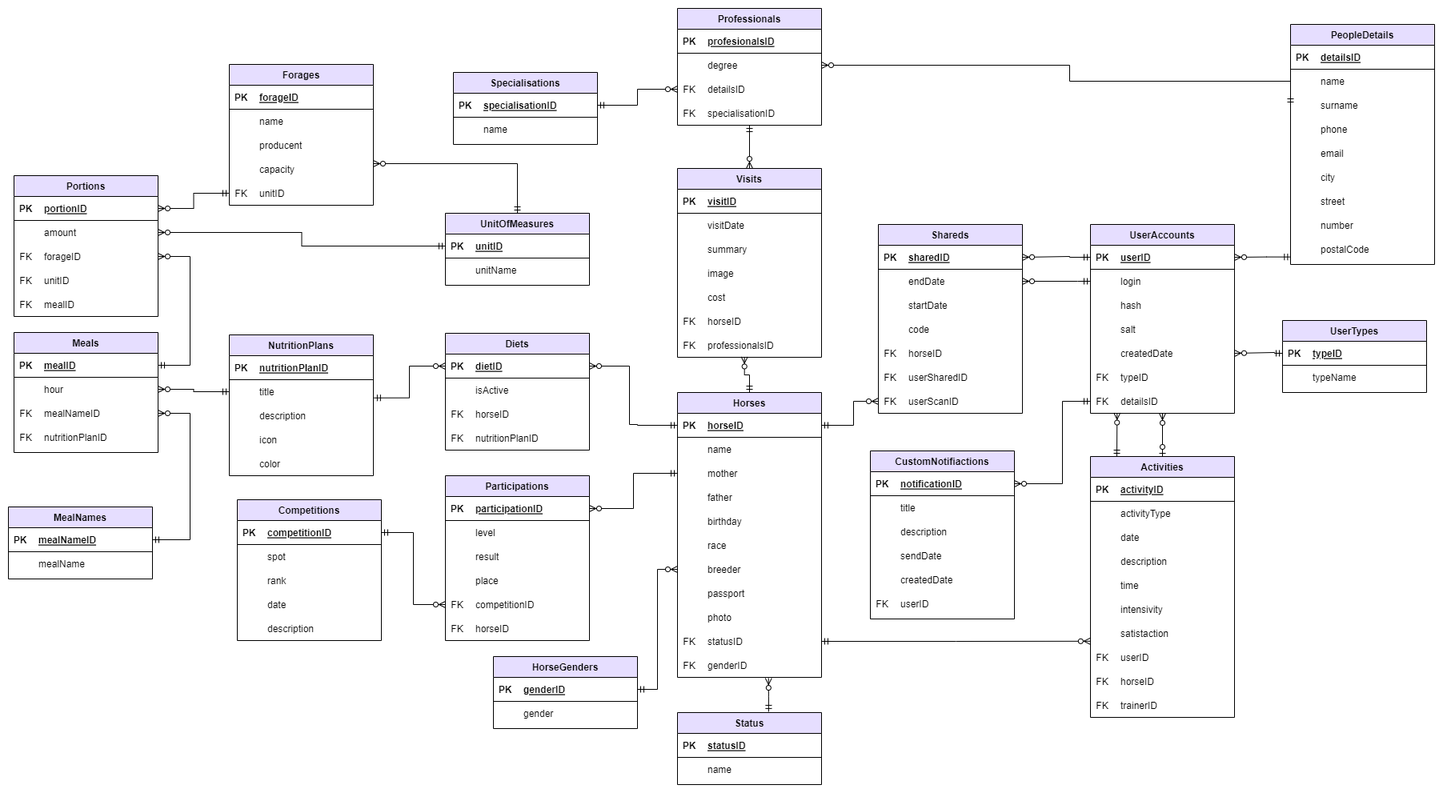
Above: Diagrams/Diagram logiczny.png in NSzymczak/HorseTracking (draw.io), before the change. Source tidied: cells renumbered, new cells last; positions are measured from the earlier drawing's top-left corner, leaving out a move shared by most shapes.
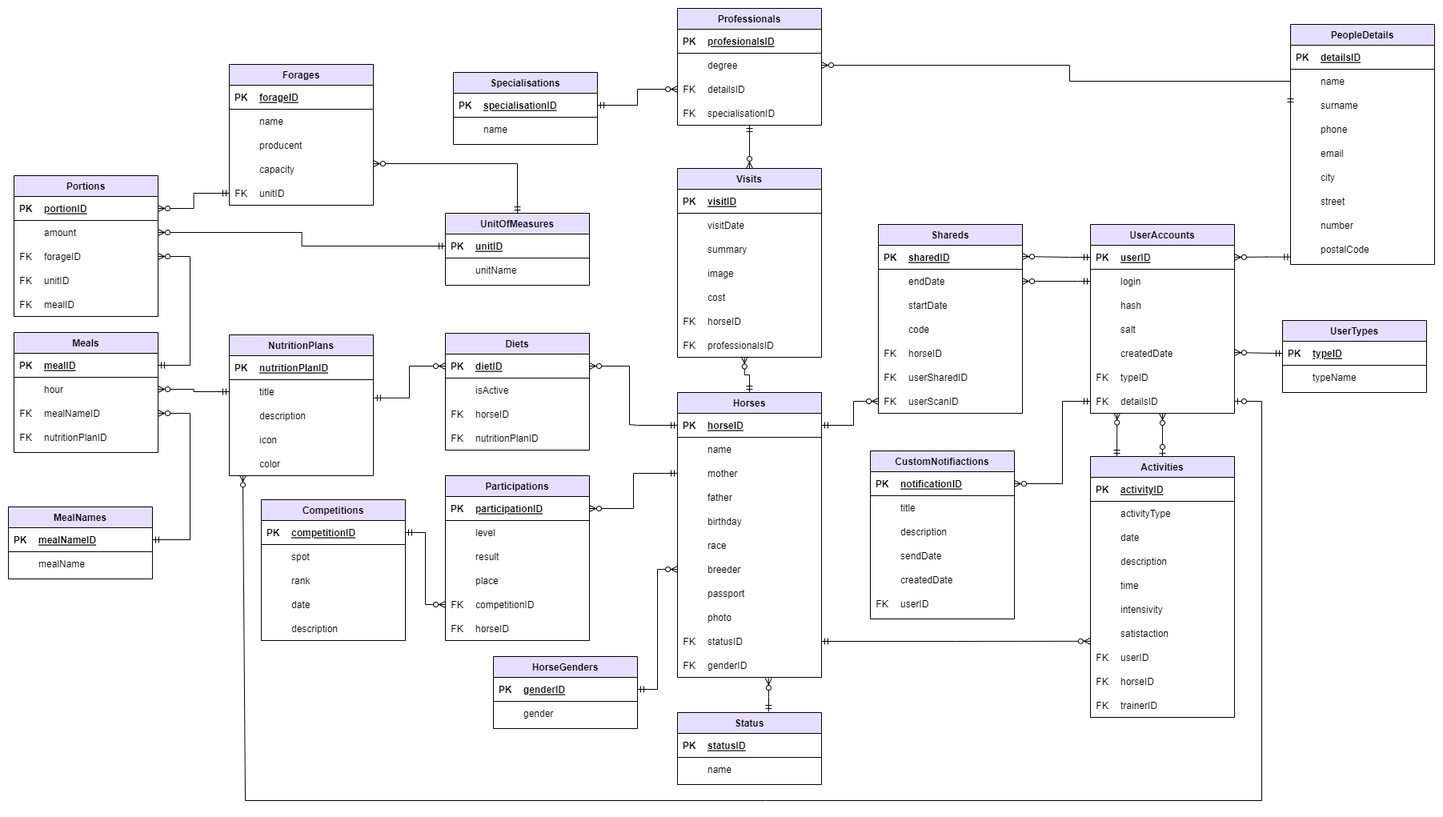
Above is the later version.

The edit, as a diff of the source:
```diff
@@ -723,7 +723,7 @@
       <mxGeometry x="30" width="150" height="30" as="geometry" />
     </mxCell>
     <mxCell id="242" value="Competitions" style="swimlane;fontStyle=1;align=center;verticalAlign=top;horizontal=1;startSize=26;rounded=0;shadow=0;strokeWidth=1;separatorColor=#000000;separatorStrokeWidth=1;swimlaneFillColor=#FFFFFF;fillColor=#E6DEFF;" parent="1" vertex="1">
-      <mxGeometry x="286" y="614" width="180" height="176" as="geometry" />
+      <mxGeometry x="316" y="614" width="180" height="176" as="geometry" />
     </mxCell>
     <mxCell id="243" style="shape=tableRow;horizontal=0;startSize=0;swimlaneHead=0;swimlaneBody=0;fillColor=none;points=[[0,0.5],[1,0.5]];portConstraint=eastwest;top=0;left=0;right=0;bottom=1;strokeColor=#000000;" parent="242" vertex="1">
       <mxGeometry y="26" width="180" height="30" as="geometry" />
@@ -1171,5 +1171,15 @@
     <mxCell id="367" style="fontSize=12;html=1;endArrow=ERzeroToMany;startArrow=ERzeroToOne;rounded=0;exitX=0.5;exitY=0;exitDx=0;exitDy=0;" parent="1" edge="1" source="140" target="97">
       <mxGeometry relative="1" as="geometry" />
     </mxCell>
+    <mxCell id="368" style="fontSize=12;html=1;endArrow=ERzeroToMany;startArrow=ERzeroToOne;rounded=0;exitX=1;exitY=0.5;exitDx=0;exitDy=0;entryX=0.094;entryY=0.98;entryDx=0;entryDy=0;entryPerimeter=0;" parent="1" edge="1" source="97" target="239">
+      <mxGeometry relative="1" as="geometry">
+        <Array as="points">
+          <mxPoint x="1566" y="491" />
+          <mxPoint x="1566" y="990" />
+          <mxPoint x="946" y="990" />
+          <mxPoint x="296" y="990" />
+        </Array>
+      </mxGeometry>
+    </mxCell>
   </root>
 </mxGraphModel>
```
